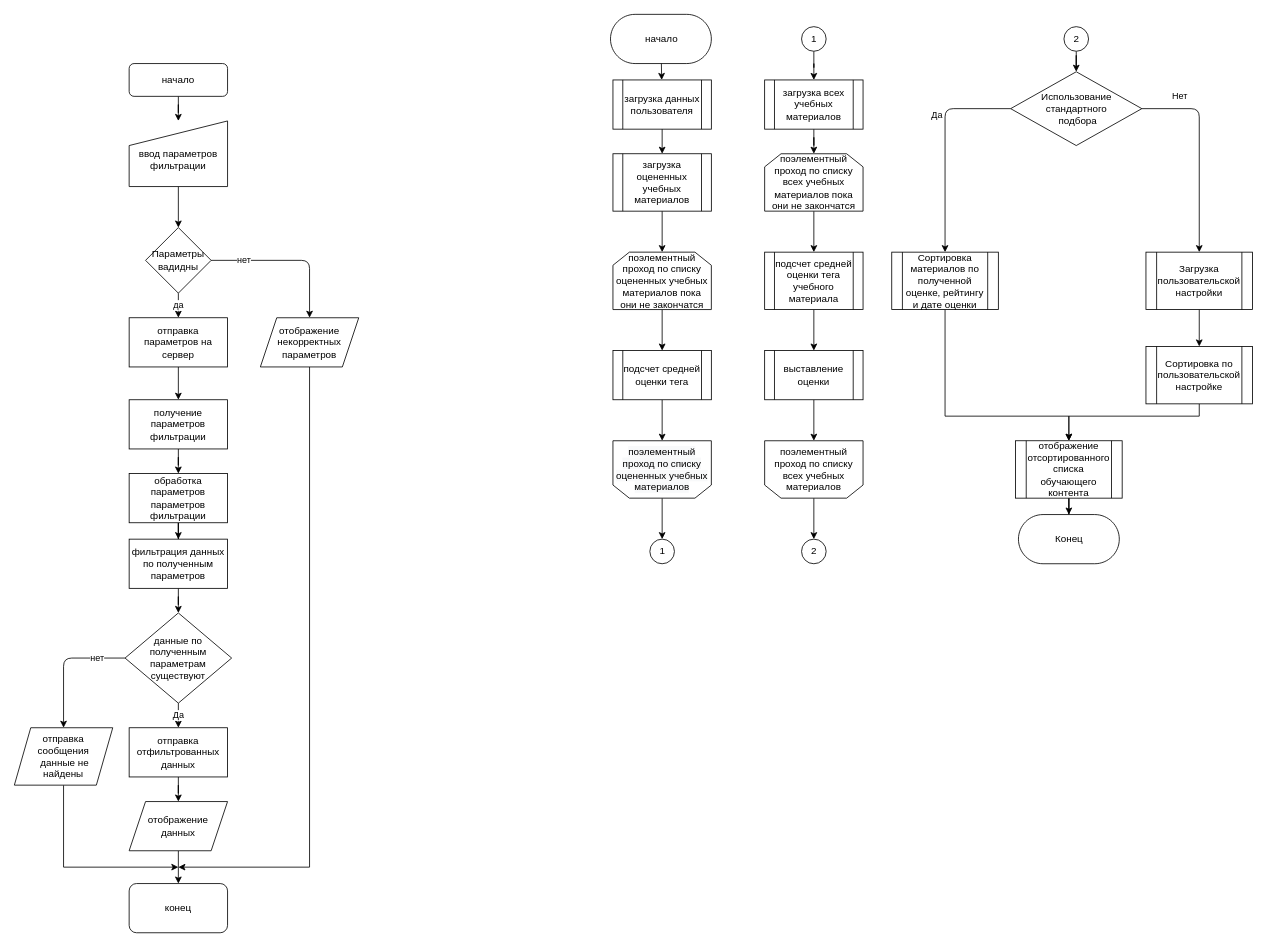
The draw.io diagram сжема алгоритма.drawio in EgorKrs/Asmodeus_app, before the edit. Source tidied: cells renumbered, new cells numbered last; positions are measured from the earlier drawing's top-left corner, leaving out a move shared by most shapes. Both pictures are drawn from the tidied source at 82%, with x=0, y=0 at pixel (14, 14).
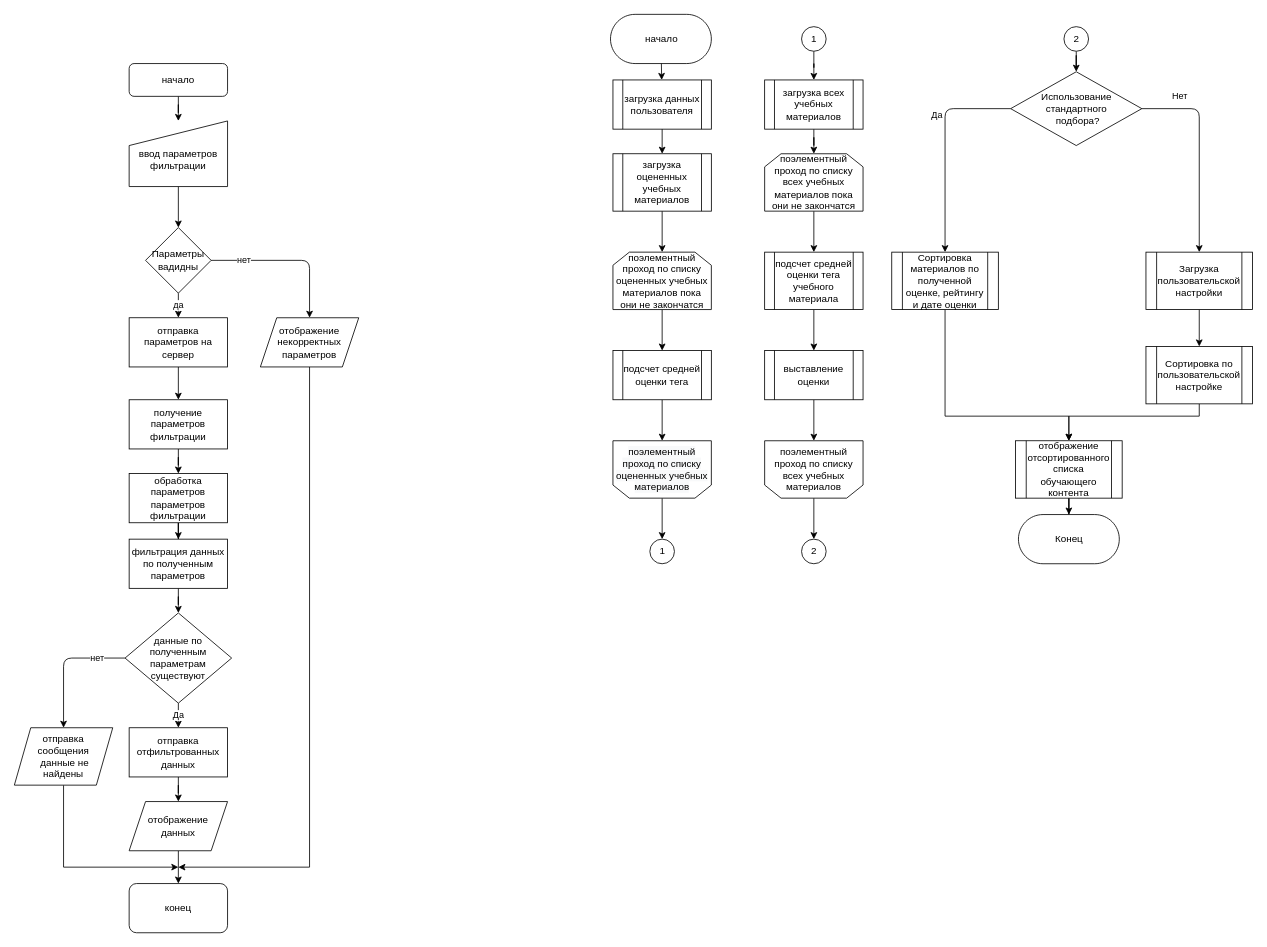
The same diagram, later.

Change to the diagram source:
```diff
@@
-    <mxCell id="51" value="Использование &lt;br&gt;стандартного&lt;br&gt;&amp;nbsp;подбора" style="shape=rhombus;html=1;dashed=0;whitespace=wrap;perimeter=rhombusPerimeter;" parent="1" vertex="1">
+    <mxCell id="51" value="Использование &lt;br&gt;стандартного&lt;br&gt;&amp;nbsp;подбора?" style="shape=rhombus;html=1;dashed=0;whitespace=wrap;perimeter=rhombusPerimeter;" parent="1" vertex="1">
       <mxGeometry x="1215" y="70" width="160" height="90" as="geometry" />
     </mxCell>
```
